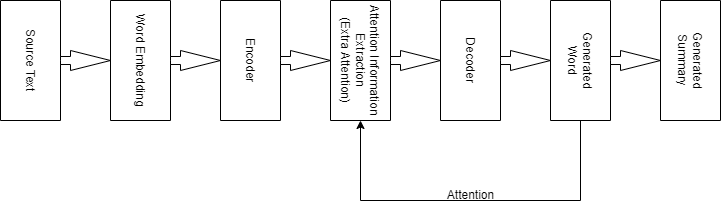
Earlier version of the draw.io export abstractive.drawio.png (thesourabhk/finalYearProject). Source tidied: cells renumbered, new cells last; positions are measured from the earlier drawing's top-left corner, leaving out a move shared by most shapes.
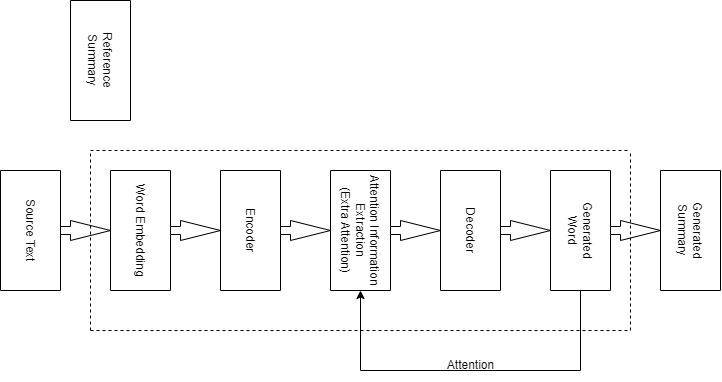
After the commit.

Change to the diagram source:
```diff
@@ -57,5 +57,32 @@
     <mxCell id="17" value="Attention" style="text;html=1;align=center;verticalAlign=middle;strokeColor=none;fillColor=none;" parent="1" vertex="1">
       <mxGeometry x="465" y="150" width="70" height="30" as="geometry" />
     </mxCell>
+    <mxCell id="18" value="Reference&lt;br&gt;Summary" style="rounded=0;whiteSpace=wrap;html=1;rotation=90;" parent="1" vertex="1">
+      <mxGeometry x="70" y="-170" width="120" height="60" as="geometry" />
+    </mxCell>
+    <mxCell id="19" style="endArrow=none;dashed=1;html=1;rounded=0;" parent="1" edge="1">
+      <mxGeometry relative="1" as="geometry">
+        <mxPoint x="120" y="-50" as="sourcePoint" />
+        <mxPoint x="660" y="-50" as="targetPoint" />
+      </mxGeometry>
+    </mxCell>
+    <mxCell id="20" style="endArrow=none;dashed=1;html=1;rounded=0;" parent="1" edge="1">
+      <mxGeometry relative="1" as="geometry">
+        <mxPoint x="120" y="130" as="sourcePoint" />
+        <mxPoint x="660" y="130" as="targetPoint" />
+      </mxGeometry>
+    </mxCell>
+    <mxCell id="21" style="endArrow=none;dashed=1;html=1;rounded=0;" parent="1" edge="1">
+      <mxGeometry relative="1" as="geometry">
+        <mxPoint x="120" y="130" as="sourcePoint" />
+        <mxPoint x="120" y="-50" as="targetPoint" />
+      </mxGeometry>
+    </mxCell>
+    <mxCell id="22" style="endArrow=none;dashed=1;html=1;rounded=0;" parent="1" edge="1">
+      <mxGeometry relative="1" as="geometry">
+        <mxPoint x="660" y="130" as="sourcePoint" />
+        <mxPoint x="660" y="-50" as="targetPoint" />
+      </mxGeometry>
+    </mxCell>
   </root>
 </mxGraphModel>
```
